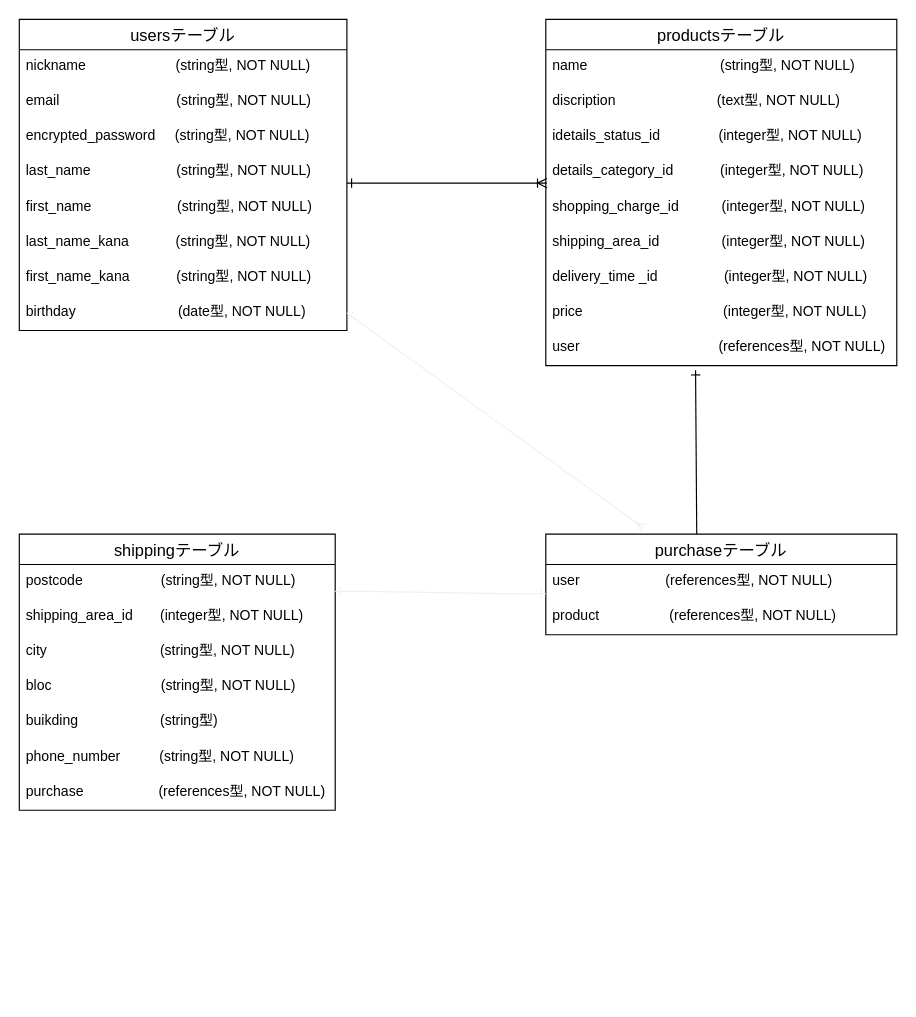
The draw.io diagram furima.dio in ayaishi1213/furima-35244, before the edit. Source tidied: cells renumbered, new cells numbered last; positions are measured from the earlier drawing's top-left corner, leaving out a move shared by most shapes. Both pictures are drawn from the tidied source at 117%, with x=0, y=0 at pixel (19, 19).
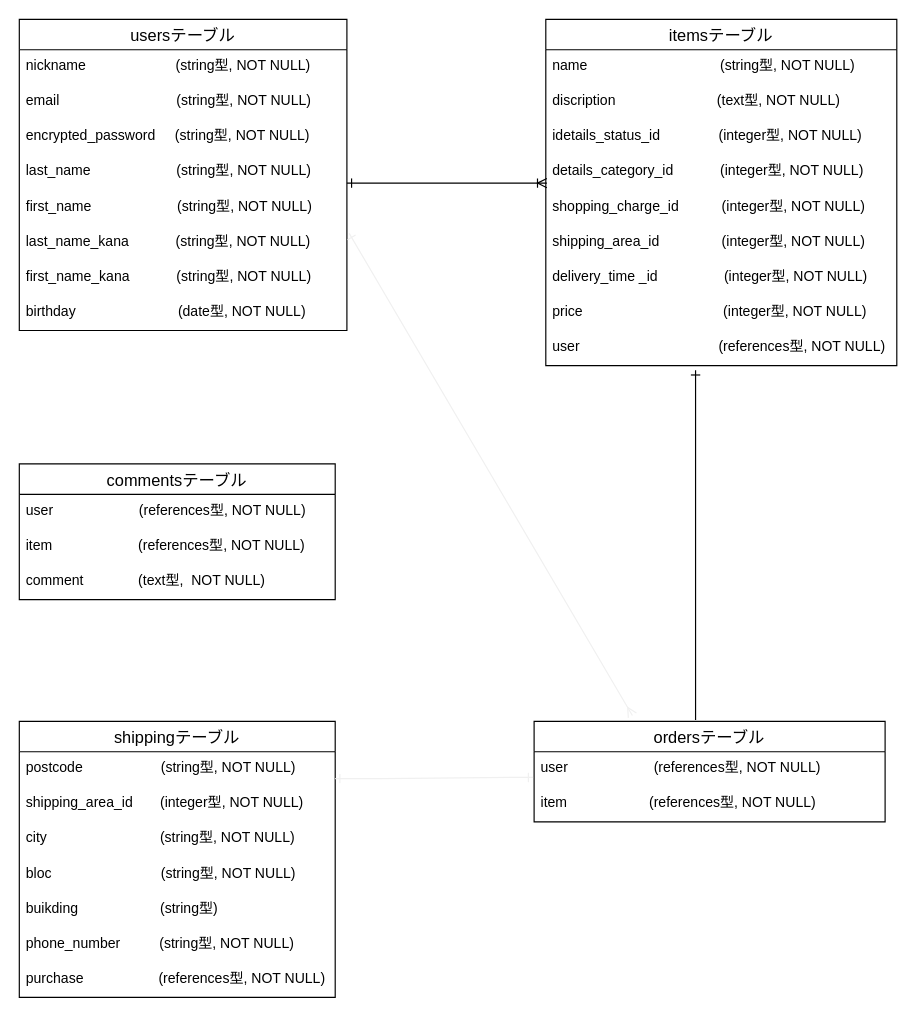
After the change.

The change refers to these unchanged cells:
```xml
<mxCell id="18" value="last_name_kana            (string型, NOT NULL)" style="text;strokeColor=none;fillColor=none;spacingLeft=4;spacingRight=4;overflow=hidden;points=[[0,0.5],[1,0.5]];portConstraint=eastwest;fontSize=12;" parent="12" vertex="1">
  <mxGeometry y="176" width="280" height="30" as="geometry" />
</mxCell>
<mxCell id="20" value="birthday　　                   (date型, NOT NULL)" style="text;strokeColor=none;fillColor=none;spacingLeft=4;spacingRight=4;overflow=hidden;points=[[0,0.5],[1,0.5]];portConstraint=eastwest;fontSize=12;" parent="12" vertex="1">
  <mxGeometry y="236" width="280" height="30" as="geometry" />
</mxCell>
<mxCell id="22" value="postcode                    (string型, NOT NULL)" style="text;strokeColor=none;fillColor=none;spacingLeft=4;spacingRight=4;overflow=hidden;points=[[0,0.5],[1,0.5]];portConstraint=eastwest;fontSize=12;" parent="21" vertex="1">
  <mxGeometry y="26" width="270" height="30" as="geometry" />
</mxCell>
<mxCell id="31" value="user                      (references型, NOT NULL)" style="text;strokeColor=none;fillColor=none;spacingLeft=4;spacingRight=4;overflow=hidden;points=[[0,0.5],[1,0.5]];portConstraint=eastwest;fontSize=12;" parent="30" vertex="1">
  <mxGeometry y="26" width="300" height="30" as="geometry" />
</mxCell>
```

Diff of the diagram source:
```diff
@@
-    <mxCell id="2" value="productsテーブル" style="swimlane;fontStyle=0;horizontal=1;startSize=26;align=center;fontSize=14;" parent="1" vertex="1">
+    <mxCell id="2" value="itemsテーブル" style="swimlane;fontStyle=0;horizontal=1;startSize=26;align=center;fontSize=14;" parent="1" vertex="1">
       <mxGeometry x="450" width="300" height="296" as="geometry" />
     </mxCell>
@@
     <mxCell id="21" value="shippingテーブル" style="swimlane;fontStyle=0;horizontal=1;startSize=26;align=center;fontSize=14;" parent="1" vertex="1">
-      <mxGeometry y="440" width="270" height="236" as="geometry" />
+      <mxGeometry y="600" width="270" height="236" as="geometry" />
     </mxCell>
@@
-    <mxCell id="29" style="edgeStyle=none;rounded=0;jettySize=auto;html=1;sourcePerimeterSpacing=-15;targetPerimeterSpacing=12;endArrow=ERone;endFill=0;exitX=0.43;exitY=0;exitDx=0;exitDy=0;exitPerimeter=0;" parent="1" edge="1" source="30">
+    <mxCell id="29" style="edgeStyle=none;rounded=0;jettySize=auto;html=1;sourcePerimeterSpacing=-15;targetPerimeterSpacing=12;endArrow=ERone;endFill=0;exitX=0.46;exitY=-0.012;exitDx=0;exitDy=0;exitPerimeter=0;" parent="1" edge="1" source="30">
       <mxGeometry relative="1" as="geometry">
         <mxPoint x="578" y="300" as="targetPoint" />
+        <Array as="points">
+          <mxPoint x="578" y="580" />
+        </Array>
       </mxGeometry>
     </mxCell>
-    <mxCell id="30" value="purchaseテーブル" style="swimlane;fontStyle=0;horizontal=1;startSize=26;align=center;fontSize=14;" parent="1" vertex="1">
-      <mxGeometry x="450" y="440" width="300" height="86" as="geometry" />
+    <mxCell id="30" value="ordersテーブル" style="swimlane;fontStyle=0;horizontal=1;startSize=26;align=center;fontSize=14;" parent="1" vertex="1">
+      <mxGeometry x="440" y="600" width="300" height="86" as="geometry" />
     </mxCell>
@@
-    <mxCell id="32" value="product                  (references型, NOT NULL)" style="text;strokeColor=none;fillColor=none;spacingLeft=4;spacingRight=4;overflow=hidden;fontSize=12;" parent="30" vertex="1">
+    <mxCell id="32" value="item                     (references型, NOT NULL)" style="text;strokeColor=none;fillColor=none;spacingLeft=4;spacingRight=4;overflow=hidden;fontSize=12;" parent="30" vertex="1">
       <mxGeometry y="56" width="300" height="30" as="geometry" />
     </mxCell>
@@
-    <mxCell id="34" style="edgeStyle=entityRelationEdgeStyle;fontSize=12;html=1;endArrow=ERone;startArrow=ERone;strokeColor=#f0f0f0;startFill=0;endFill=0;exitX=1;exitY=0.767;exitDx=0;exitDy=0;exitPerimeter=0;" parent="1" edge="1" source="22">
-      <mxGeometry relative="1" as="geometry">
-        <mxPoint x="450" y="491" as="targetPoint" />
-      </mxGeometry>
+    <mxCell id="34" style="edgeStyle=entityRelationEdgeStyle;fontSize=12;html=1;endArrow=ERone;startArrow=ERone;strokeColor=#f0f0f0;startFill=0;endFill=0;exitX=1;exitY=0.767;exitDx=0;exitDy=0;exitPerimeter=0;entryX=-0.003;entryY=0.733;entryDx=0;entryDy=0;entryPerimeter=0;" parent="1" edge="1" source="22" target="31">
+      <mxGeometry relative="1" as="geometry" />
     </mxCell>
-    <mxCell id="35" style="edgeStyle=none;rounded=0;jettySize=auto;html=1;exitX=1;exitY=0.5;exitDx=0;exitDy=0;entryX=0.28;entryY=-0.058;entryDx=0;entryDy=0;startArrow=ERone;startFill=0;sourcePerimeterSpacing=-15;endArrow=ERmany;endFill=0;targetPerimeterSpacing=12;strokeColor=#f0f0f0;entryPerimeter=0;" parent="1" edge="1" source="20" target="30">
+    <mxCell id="35" style="edgeStyle=none;rounded=0;jettySize=auto;html=1;exitX=1.007;exitY=0.233;exitDx=0;exitDy=0;entryX=0.28;entryY=-0.058;entryDx=0;entryDy=0;startArrow=ERone;startFill=0;sourcePerimeterSpacing=-15;endArrow=ERmany;endFill=0;targetPerimeterSpacing=12;strokeColor=#f0f0f0;entryPerimeter=0;exitPerimeter=0;" parent="1" edge="1" source="18" target="30">
       <mxGeometry relative="1" as="geometry" />
     </mxCell>
+    <mxCell id="36" value="commentsテーブル" style="swimlane;fontStyle=0;horizontal=1;startSize=26;align=center;fontSize=14;" parent="1" vertex="1">
+      <mxGeometry y="380" width="270" height="116" as="geometry" />
+    </mxCell>
+    <mxCell id="37" value="user                      (references型, NOT NULL)" style="text;strokeColor=none;fillColor=none;spacingLeft=4;spacingRight=4;overflow=hidden;fontSize=12;" parent="36" vertex="1">
+      <mxGeometry y="26" width="270" height="30" as="geometry" />
+    </mxCell>
+    <mxCell id="38" value="item                      (references型, NOT NULL)" style="text;strokeColor=none;fillColor=none;spacingLeft=4;spacingRight=4;overflow=hidden;fontSize=12;" parent="36" vertex="1">
+      <mxGeometry y="56" width="270" height="30" as="geometry" />
+    </mxCell>
+    <mxCell id="39" value="comment              (text型,  NOT NULL)" style="text;strokeColor=none;fillColor=none;spacingLeft=4;spacingRight=4;overflow=hidden;fontSize=12;" parent="36" vertex="1">
+      <mxGeometry y="86" width="270" height="30" as="geometry" />
+    </mxCell>
```
